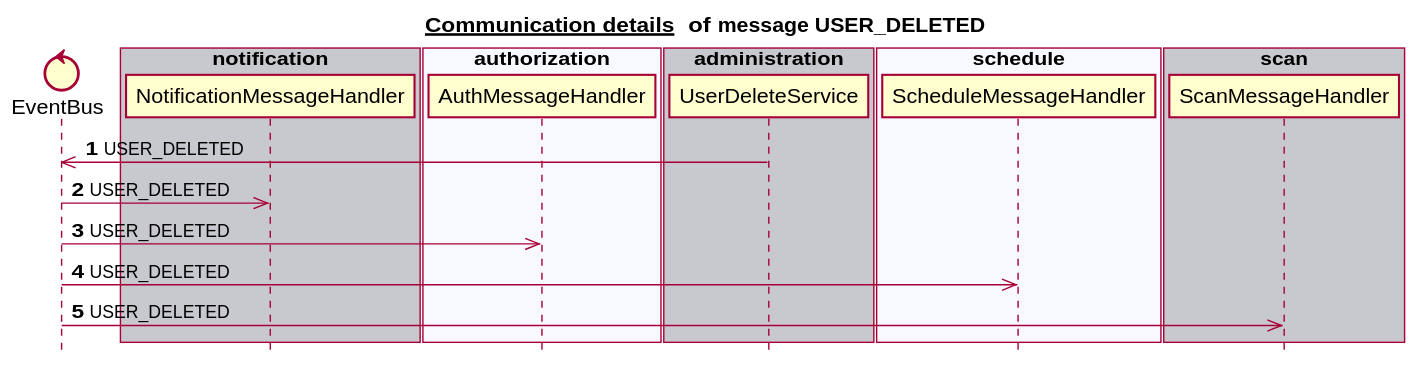
Above: docs/latest/images/gen_domain_messaging_user_deleted.svg in mercedes-benz/sechub (PlantUML), before the change. The source it was exported from:
```plantuml
@startuml


title __Communication details __ of **message USER_DELETED**
skinparam style strictuml


control EventBus
box "notification" #C8C8CF
   participant NotificationMessageHandler
end box
box "authorization" #F8F8FF
   participant AuthMessageHandler
end box
box "administration" #C8C8CF
   participant UserDeleteService
end box
box "schedule" #F8F8FF
   participant ScheduleMessageHandler
end box
box "scan" #C8C8CF
   participant ScanMessageHandler
end box
autonumber 1
UserDeleteService ->> EventBus:USER_DELETED
EventBus ->> NotificationMessageHandler:USER_DELETED
EventBus ->> AuthMessageHandler:USER_DELETED
EventBus ->> ScheduleMessageHandler:USER_DELETED
EventBus ->> ScanMessageHandler:USER_DELETED
autonumber stop


@enduml
```
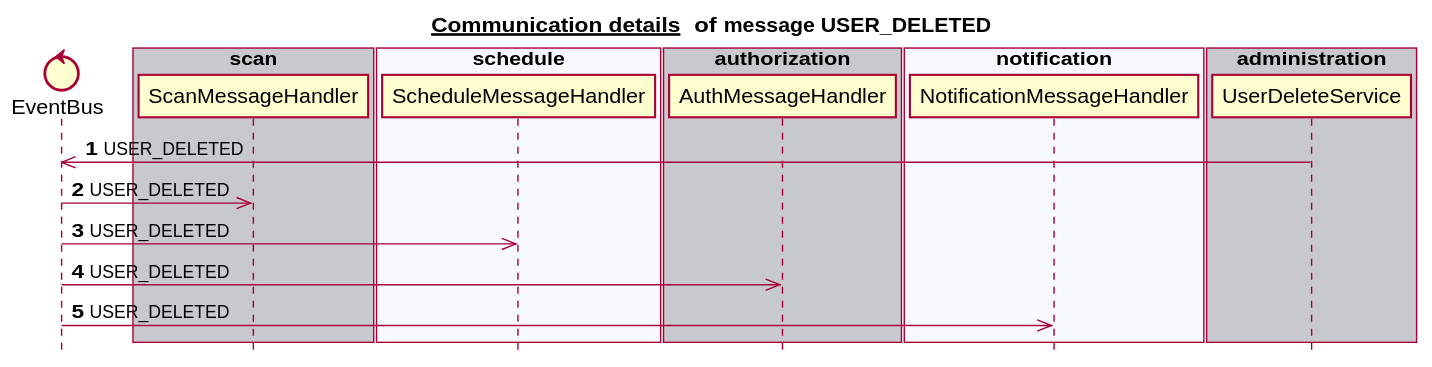
Above is the later version.

Change to the diagram source:
```diff
@@ -6,27 +6,27 @@
 
 
 control EventBus
-box "notification" #C8C8CF
+box "scan" #C8C8CF
+   participant ScanMessageHandler
+end box
+box "schedule" #F8F8FF
+   participant ScheduleMessageHandler
+end box
+box "authorization" #C8C8CF
+   participant AuthMessageHandler
+end box
+box "notification" #F8F8FF
    participant NotificationMessageHandler
-end box
-box "authorization" #F8F8FF
-   participant AuthMessageHandler
 end box
 box "administration" #C8C8CF
    participant UserDeleteService
 end box
-box "schedule" #F8F8FF
-   participant ScheduleMessageHandler
-end box
-box "scan" #C8C8CF
-   participant ScanMessageHandler
-end box
 autonumber 1
 UserDeleteService ->> EventBus:USER_DELETED
+EventBus ->> ScanMessageHandler:USER_DELETED
+EventBus ->> ScheduleMessageHandler:USER_DELETED
+EventBus ->> AuthMessageHandler:USER_DELETED
 EventBus ->> NotificationMessageHandler:USER_DELETED
-EventBus ->> AuthMessageHandler:USER_DELETED
-EventBus ->> ScheduleMessageHandler:USER_DELETED
-EventBus ->> ScanMessageHandler:USER_DELETED
 autonumber stop
 
 
```
